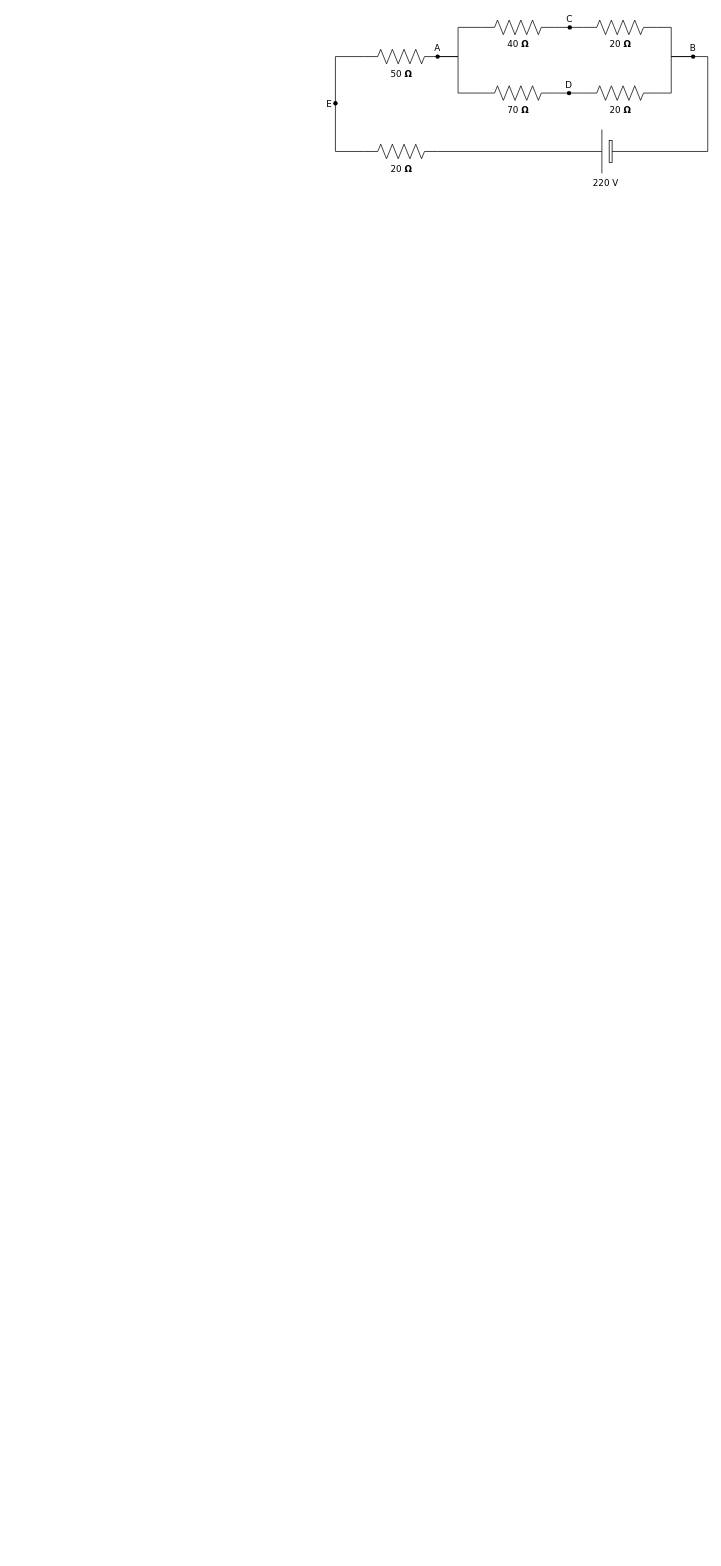
Above: Схема.drawio in isfomin/diagrams (draw.io), before the change. Source tidied: cells renumbered, new cells numbered last; positions are measured from the earlier drawing's top-left corner, leaving out a move shared by most shapes. Both pictures are drawn from the tidied source at 73%, with x=0, y=0 at pixel (320, 12).
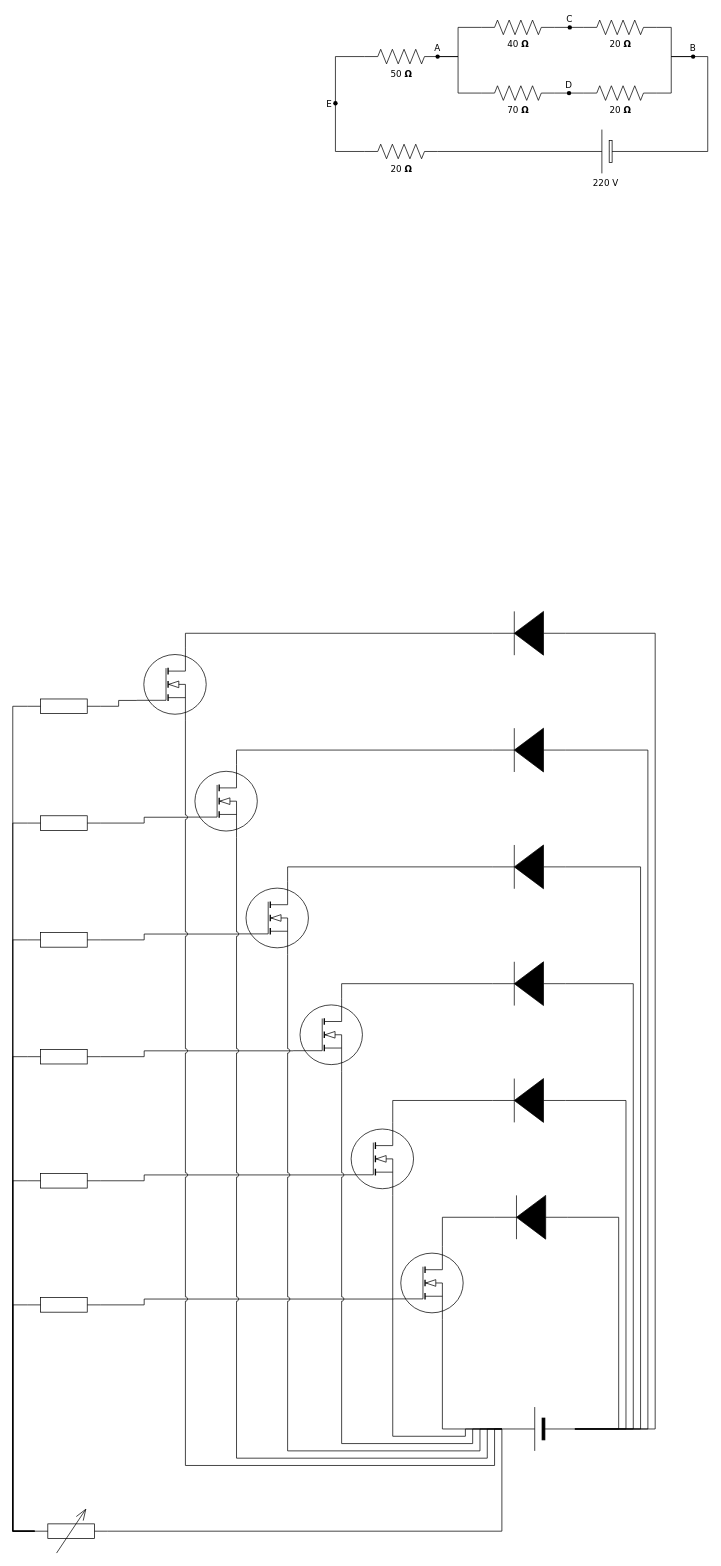
The same page after the edit.

Diff of the diagram source:
```diff
@@
+    <mxCell id="26" style="edgeStyle=orthogonalEdgeStyle;rounded=0;jettySize=auto;html=1;exitX=0;exitY=0.72;exitDx=0;exitDy=0;exitPerimeter=0;entryX=1;entryY=0.5;entryDx=0;entryDy=0;entryPerimeter=0;endArrow=none;endFill=0;" parent="1" edge="1" source="27" target="30">
+      <mxGeometry relative="1" as="geometry">
+        <Array as="points">
+          <mxPoint x="-242" y="1762" />
+          <mxPoint x="-242" y="1770" />
+        </Array>
+      </mxGeometry>
+    </mxCell>
+    <mxCell id="27" style="verticalLabelPosition=bottom;shadow=0;dashed=0;align=center;html=1;verticalAlign=top;shape=mxgraph.electrical.mosfets1.mosfet_ic_n;" parent="1" vertex="1">
+      <mxGeometry x="100" y="1690" width="95" height="100" as="geometry" />
+    </mxCell>
+    <mxCell id="28" style="edgeStyle=orthogonalEdgeStyle;rounded=0;jettySize=auto;html=1;exitX=1;exitY=0.5;exitDx=0;exitDy=0;exitPerimeter=0;entryX=0.7;entryY=0;entryDx=0;entryDy=0;entryPerimeter=0;endArrow=none;endFill=0;" parent="1" edge="1" source="29" target="27">
+      <mxGeometry relative="1" as="geometry" />
+    </mxCell>
+    <mxCell id="29" style="fillColor=strokeColor;verticalLabelPosition=bottom;shadow=0;dashed=0;align=center;html=1;verticalAlign=top;shape=mxgraph.electrical.diodes.diode;rotation=-180;" parent="1" vertex="1">
+      <mxGeometry x="238" y="1620" width="100" height="60" as="geometry" />
+    </mxCell>
+    <mxCell id="30" style="verticalLabelPosition=bottom;shadow=0;dashed=0;align=center;html=1;verticalAlign=top;shape=mxgraph.electrical.resistors.resistor_1;" parent="1" vertex="1">
+      <mxGeometry x="-402" y="1760" width="100" height="20" as="geometry" />
+    </mxCell>
+    <mxCell id="31" style="edgeStyle=orthogonalEdgeStyle;rounded=0;jettySize=auto;html=1;exitX=1;exitY=0.5;exitDx=0;exitDy=0;exitPerimeter=0;entryX=0.7;entryY=1;entryDx=0;entryDy=0;entryPerimeter=0;endArrow=none;endFill=0;" parent="1" edge="1" source="35" target="27">
+      <mxGeometry relative="1" as="geometry" />
+    </mxCell>
+    <mxCell id="32" style="edgeStyle=orthogonalEdgeStyle;rounded=0;jettySize=auto;html=1;exitX=0;exitY=0.5;exitDx=0;exitDy=0;exitPerimeter=0;entryX=0;entryY=0.5;entryDx=0;entryDy=0;entryPerimeter=0;endArrow=none;endFill=0;" parent="1" edge="1" source="35" target="29">
+      <mxGeometry relative="1" as="geometry">
+        <Array as="points">
+          <mxPoint x="408" y="1940" />
+          <mxPoint x="408" y="1650" />
+        </Array>
+      </mxGeometry>
+    </mxCell>
+    <mxCell id="33" style="edgeStyle=orthogonalEdgeStyle;rounded=0;jettySize=auto;html=1;exitX=1;exitY=0.5;exitDx=0;exitDy=0;exitPerimeter=0;entryX=0.7;entryY=1;entryDx=0;entryDy=0;entryPerimeter=0;endArrow=none;endFill=0;" parent="1" edge="1" source="35" target="37">
+      <mxGeometry relative="1" as="geometry">
+        <Array as="points">
+          <mxPoint x="198" y="1940" />
+          <mxPoint x="198" y="1950" />
+          <mxPoint x="99" y="1950" />
+        </Array>
+      </mxGeometry>
+    </mxCell>
+    <mxCell id="34" style="edgeStyle=orthogonalEdgeStyle;rounded=0;jettySize=auto;html=1;exitX=1;exitY=0.5;exitDx=0;exitDy=0;exitPerimeter=0;entryX=1;entryY=0.5;entryDx=0;entryDy=0;entryPerimeter=0;endArrow=none;endFill=0;" parent="1" edge="1" source="35" target="76">
+      <mxGeometry relative="1" as="geometry">
+        <Array as="points">
+          <mxPoint x="248" y="2080" />
+        </Array>
+      </mxGeometry>
+    </mxCell>
+    <mxCell id="35" style="verticalLabelPosition=bottom;shadow=0;dashed=0;align=center;fillColor=strokeColor;html=1;verticalAlign=top;strokeWidth=1;shape=mxgraph.electrical.miscellaneous.monocell_battery;rotation=-180;" parent="1" vertex="1">
+      <mxGeometry x="248" y="1910" width="100" height="60" as="geometry" />
+    </mxCell>
+    <mxCell id="36" style="edgeStyle=orthogonalEdgeStyle;rounded=0;jettySize=auto;html=1;exitX=0;exitY=0.72;exitDx=0;exitDy=0;exitPerimeter=0;entryX=1;entryY=0.5;entryDx=0;entryDy=0;entryPerimeter=0;endArrow=none;endFill=0;" parent="1" edge="1" source="37" target="41">
+      <mxGeometry relative="1" as="geometry">
+        <Array as="points">
+          <mxPoint x="-242" y="1592" />
+          <mxPoint x="-242" y="1600" />
+        </Array>
+      </mxGeometry>
+    </mxCell>
+    <mxCell id="37" style="verticalLabelPosition=bottom;shadow=0;dashed=0;align=center;html=1;verticalAlign=top;shape=mxgraph.electrical.mosfets1.mosfet_ic_n;" parent="1" vertex="1">
+      <mxGeometry x="32" y="1520" width="95" height="100" as="geometry" />
+    </mxCell>
+    <mxCell id="38" style="edgeStyle=orthogonalEdgeStyle;rounded=0;jettySize=auto;html=1;exitX=1;exitY=0.5;exitDx=0;exitDy=0;exitPerimeter=0;entryX=0.7;entryY=0;entryDx=0;entryDy=0;entryPerimeter=0;endArrow=none;endFill=0;" parent="1" edge="1" source="40" target="37">
+      <mxGeometry relative="1" as="geometry" />
+    </mxCell>
+    <mxCell id="39" style="edgeStyle=orthogonalEdgeStyle;rounded=0;jettySize=auto;html=1;exitX=0;exitY=0.5;exitDx=0;exitDy=0;exitPerimeter=0;entryX=0;entryY=0.5;entryDx=0;entryDy=0;entryPerimeter=0;endArrow=none;endFill=0;" parent="1" edge="1" source="40" target="35">
+      <mxGeometry relative="1" as="geometry">
+        <Array as="points">
+          <mxPoint x="418" y="1490" />
+          <mxPoint x="418" y="1940" />
+        </Array>
+      </mxGeometry>
+    </mxCell>
+    <mxCell id="40" style="fillColor=strokeColor;verticalLabelPosition=bottom;shadow=0;dashed=0;align=center;html=1;verticalAlign=top;shape=mxgraph.electrical.diodes.diode;rotation=-180;" parent="1" vertex="1">
+      <mxGeometry x="235" y="1460" width="100" height="60" as="geometry" />
+    </mxCell>
+    <mxCell id="41" style="verticalLabelPosition=bottom;shadow=0;dashed=0;align=center;html=1;verticalAlign=top;shape=mxgraph.electrical.resistors.resistor_1;" parent="1" vertex="1">
+      <mxGeometry x="-402" y="1590" width="100" height="20" as="geometry" />
+    </mxCell>
+    <mxCell id="42" style="edgeStyle=orthogonalEdgeStyle;rounded=0;jettySize=auto;html=1;exitX=0;exitY=0.72;exitDx=0;exitDy=0;exitPerimeter=0;entryX=1;entryY=0.5;entryDx=0;entryDy=0;entryPerimeter=0;endArrow=none;endFill=0;" parent="1" edge="1" source="43" target="47">
+      <mxGeometry relative="1" as="geometry">
+        <Array as="points">
+          <mxPoint x="-242" y="1422" />
+          <mxPoint x="-242" y="1430" />
+        </Array>
+      </mxGeometry>
+    </mxCell>
+    <mxCell id="43" style="verticalLabelPosition=bottom;shadow=0;dashed=0;align=center;html=1;verticalAlign=top;shape=mxgraph.electrical.mosfets1.mosfet_ic_n;" parent="1" vertex="1">
+      <mxGeometry x="-38" y="1350" width="95" height="100" as="geometry" />
+    </mxCell>
+    <mxCell id="44" style="edgeStyle=orthogonalEdgeStyle;rounded=0;jettySize=auto;html=1;exitX=1;exitY=0.5;exitDx=0;exitDy=0;exitPerimeter=0;entryX=0.7;entryY=0;entryDx=0;entryDy=0;entryPerimeter=0;endArrow=none;endFill=0;" parent="1" edge="1" source="46" target="43">
+      <mxGeometry relative="1" as="geometry" />
+    </mxCell>
+    <mxCell id="45" style="edgeStyle=orthogonalEdgeStyle;rounded=0;jettySize=auto;html=1;exitX=0;exitY=0.5;exitDx=0;exitDy=0;exitPerimeter=0;entryX=0;entryY=0.5;entryDx=0;entryDy=0;entryPerimeter=0;endArrow=none;endFill=0;" parent="1" edge="1" source="46" target="35">
+      <mxGeometry relative="1" as="geometry">
+        <Array as="points">
+          <mxPoint x="428" y="1330" />
+          <mxPoint x="428" y="1940" />
+        </Array>
+      </mxGeometry>
+    </mxCell>
+    <mxCell id="46" style="fillColor=strokeColor;verticalLabelPosition=bottom;shadow=0;dashed=0;align=center;html=1;verticalAlign=top;shape=mxgraph.electrical.diodes.diode;rotation=-180;" parent="1" vertex="1">
+      <mxGeometry x="235" y="1300" width="100" height="60" as="geometry" />
+    </mxCell>
+    <mxCell id="47" style="verticalLabelPosition=bottom;shadow=0;dashed=0;align=center;html=1;verticalAlign=top;shape=mxgraph.electrical.resistors.resistor_1;" parent="1" vertex="1">
+      <mxGeometry x="-402" y="1420" width="100" height="20" as="geometry" />
+    </mxCell>
+    <mxCell id="48" style="edgeStyle=orthogonalEdgeStyle;rounded=0;jettySize=auto;html=1;exitX=1;exitY=0.5;exitDx=0;exitDy=0;exitPerimeter=0;entryX=0.7;entryY=1;entryDx=0;entryDy=0;entryPerimeter=0;endArrow=none;endFill=0;jumpStyle=arc;" parent="1" edge="1" source="35" target="43">
+      <mxGeometry relative="1" as="geometry">
+        <Array as="points">
+          <mxPoint x="208" y="1940" />
+          <mxPoint x="208" y="1960" />
+          <mxPoint x="29" y="1960" />
+        </Array>
+      </mxGeometry>
+    </mxCell>
+    <mxCell id="49" style="edgeStyle=orthogonalEdgeStyle;rounded=0;jettySize=auto;html=1;exitX=0;exitY=0.72;exitDx=0;exitDy=0;exitPerimeter=0;entryX=1;entryY=0.5;entryDx=0;entryDy=0;entryPerimeter=0;endArrow=none;endFill=0;" parent="1" edge="1" source="50" target="54">
+      <mxGeometry relative="1" as="geometry">
+        <Array as="points">
+          <mxPoint x="-242" y="1262" />
+          <mxPoint x="-242" y="1270" />
+        </Array>
+      </mxGeometry>
+    </mxCell>
+    <mxCell id="50" style="verticalLabelPosition=bottom;shadow=0;dashed=0;align=center;html=1;verticalAlign=top;shape=mxgraph.electrical.mosfets1.mosfet_ic_n;" parent="1" vertex="1">
+      <mxGeometry x="-112" y="1190" width="95" height="100" as="geometry" />
+    </mxCell>
+    <mxCell id="51" style="edgeStyle=orthogonalEdgeStyle;rounded=0;jettySize=auto;html=1;exitX=1;exitY=0.5;exitDx=0;exitDy=0;exitPerimeter=0;entryX=0.7;entryY=0;entryDx=0;entryDy=0;entryPerimeter=0;endArrow=none;endFill=0;" parent="1" edge="1" source="53" target="50">
+      <mxGeometry relative="1" as="geometry" />
+    </mxCell>
+    <mxCell id="52" style="edgeStyle=orthogonalEdgeStyle;rounded=0;jettySize=auto;html=1;exitX=0;exitY=0.5;exitDx=0;exitDy=0;exitPerimeter=0;entryX=0;entryY=0.5;entryDx=0;entryDy=0;entryPerimeter=0;endArrow=none;endFill=0;" parent="1" edge="1" source="53" target="35">
+      <mxGeometry relative="1" as="geometry">
+        <Array as="points">
+          <mxPoint x="438" y="1170" />
+          <mxPoint x="438" y="1940" />
+        </Array>
+      </mxGeometry>
+    </mxCell>
+    <mxCell id="53" style="fillColor=strokeColor;verticalLabelPosition=bottom;shadow=0;dashed=0;align=center;html=1;verticalAlign=top;shape=mxgraph.electrical.diodes.diode;rotation=-180;" parent="1" vertex="1">
+      <mxGeometry x="235" y="1140" width="100" height="60" as="geometry" />
+    </mxCell>
+    <mxCell id="54" style="verticalLabelPosition=bottom;shadow=0;dashed=0;align=center;html=1;verticalAlign=top;shape=mxgraph.electrical.resistors.resistor_1;" parent="1" vertex="1">
+      <mxGeometry x="-402" y="1260" width="100" height="20" as="geometry" />
+    </mxCell>
+    <mxCell id="55" style="edgeStyle=orthogonalEdgeStyle;rounded=0;jettySize=auto;html=1;exitX=1;exitY=0.5;exitDx=0;exitDy=0;exitPerimeter=0;entryX=0.7;entryY=1;entryDx=0;entryDy=0;entryPerimeter=0;endArrow=none;endFill=0;jumpStyle=arc;" parent="1" edge="1" target="50">
+      <mxGeometry relative="1" as="geometry">
+        <mxPoint x="248" y="1940" as="sourcePoint" />
+        <Array as="points">
+          <mxPoint x="218" y="1940" />
+          <mxPoint x="218" y="1970" />
+          <mxPoint x="-45" y="1970" />
+        </Array>
+      </mxGeometry>
+    </mxCell>
+    <mxCell id="56" style="edgeStyle=orthogonalEdgeStyle;rounded=0;jettySize=auto;html=1;exitX=0;exitY=0.72;exitDx=0;exitDy=0;exitPerimeter=0;entryX=1;entryY=0.5;entryDx=0;entryDy=0;entryPerimeter=0;endArrow=none;endFill=0;" parent="1" edge="1" source="57" target="61">
+      <mxGeometry relative="1" as="geometry" />
+    </mxCell>
+    <mxCell id="57" style="verticalLabelPosition=bottom;shadow=0;dashed=0;align=center;html=1;verticalAlign=top;shape=mxgraph.electrical.mosfets1.mosfet_ic_n;" parent="1" vertex="1">
+      <mxGeometry x="-182" y="1030" width="95" height="100" as="geometry" />
+    </mxCell>
+    <mxCell id="58" style="edgeStyle=orthogonalEdgeStyle;rounded=0;jettySize=auto;html=1;exitX=1;exitY=0.5;exitDx=0;exitDy=0;exitPerimeter=0;entryX=0.7;entryY=0;entryDx=0;entryDy=0;entryPerimeter=0;endArrow=none;endFill=0;" parent="1" edge="1" source="60" target="57">
+      <mxGeometry relative="1" as="geometry" />
+    </mxCell>
+    <mxCell id="59" style="edgeStyle=orthogonalEdgeStyle;rounded=0;jettySize=auto;html=1;exitX=0;exitY=0.5;exitDx=0;exitDy=0;exitPerimeter=0;entryX=0;entryY=0.5;entryDx=0;entryDy=0;entryPerimeter=0;endArrow=none;endFill=0;" parent="1" edge="1" source="60" target="35">
+      <mxGeometry relative="1" as="geometry">
+        <Array as="points">
+          <mxPoint x="448" y="1010" />
+          <mxPoint x="448" y="1940" />
+        </Array>
+      </mxGeometry>
+    </mxCell>
+    <mxCell id="60" style="fillColor=strokeColor;verticalLabelPosition=bottom;shadow=0;dashed=0;align=center;html=1;verticalAlign=top;shape=mxgraph.electrical.diodes.diode;rotation=-180;" parent="1" vertex="1">
+      <mxGeometry x="235" y="980" width="100" height="60" as="geometry" />
+    </mxCell>
+    <mxCell id="61" style="verticalLabelPosition=bottom;shadow=0;dashed=0;align=center;html=1;verticalAlign=top;shape=mxgraph.electrical.resistors.resistor_1;" parent="1" vertex="1">
+      <mxGeometry x="-402" y="1100" width="100" height="20" as="geometry" />
+    </mxCell>
+    <mxCell id="62" style="edgeStyle=orthogonalEdgeStyle;rounded=0;jettySize=auto;html=1;exitX=1;exitY=0.5;exitDx=0;exitDy=0;exitPerimeter=0;entryX=0.7;entryY=1;entryDx=0;entryDy=0;entryPerimeter=0;endArrow=none;endFill=0;jumpStyle=arc;" parent="1" edge="1" source="35" target="57">
+      <mxGeometry relative="1" as="geometry">
+        <Array as="points">
+          <mxPoint x="228" y="1940" />
+          <mxPoint x="228" y="1980" />
+          <mxPoint x="-115" y="1980" />
+        </Array>
+      </mxGeometry>
+    </mxCell>
+    <mxCell id="63" style="edgeStyle=orthogonalEdgeStyle;rounded=0;jettySize=auto;html=1;exitX=0;exitY=0.72;exitDx=0;exitDy=0;exitPerimeter=0;entryX=1;entryY=0.5;entryDx=0;entryDy=0;entryPerimeter=0;endArrow=none;endFill=0;" parent="1" edge="1" source="64" target="68">
+      <mxGeometry relative="1" as="geometry" />
+    </mxCell>
+    <mxCell id="64" style="verticalLabelPosition=bottom;shadow=0;dashed=0;align=center;html=1;verticalAlign=top;shape=mxgraph.electrical.mosfets1.mosfet_ic_n;" parent="1" vertex="1">
+      <mxGeometry x="-252" y="870" width="95" height="100" as="geometry" />
+    </mxCell>
+    <mxCell id="65" style="edgeStyle=orthogonalEdgeStyle;rounded=0;jettySize=auto;html=1;exitX=1;exitY=0.5;exitDx=0;exitDy=0;exitPerimeter=0;entryX=0.7;entryY=0;entryDx=0;entryDy=0;entryPerimeter=0;endArrow=none;endFill=0;" parent="1" edge="1" source="67" target="64">
+      <mxGeometry relative="1" as="geometry" />
+    </mxCell>
+    <mxCell id="66" style="edgeStyle=orthogonalEdgeStyle;rounded=0;jettySize=auto;html=1;exitX=0;exitY=0.5;exitDx=0;exitDy=0;exitPerimeter=0;entryX=0;entryY=0.5;entryDx=0;entryDy=0;entryPerimeter=0;endArrow=none;endFill=0;" parent="1" edge="1" source="67" target="35">
+      <mxGeometry relative="1" as="geometry">
+        <Array as="points">
+          <mxPoint x="458" y="850" />
+          <mxPoint x="458" y="1940" />
+        </Array>
+      </mxGeometry>
+    </mxCell>
+    <mxCell id="67" style="fillColor=strokeColor;verticalLabelPosition=bottom;shadow=0;dashed=0;align=center;html=1;verticalAlign=top;shape=mxgraph.electrical.diodes.diode;rotation=-180;" parent="1" vertex="1">
+      <mxGeometry x="235" y="820" width="100" height="60" as="geometry" />
+    </mxCell>
+    <mxCell id="68" style="verticalLabelPosition=bottom;shadow=0;dashed=0;align=center;html=1;verticalAlign=top;shape=mxgraph.electrical.resistors.resistor_1;" parent="1" vertex="1">
+      <mxGeometry x="-402" y="940" width="100" height="20" as="geometry" />
+    </mxCell>
+    <mxCell id="69" style="edgeStyle=orthogonalEdgeStyle;rounded=0;jettySize=auto;html=1;exitX=1;exitY=0.5;exitDx=0;exitDy=0;exitPerimeter=0;entryX=0.7;entryY=1;entryDx=0;entryDy=0;entryPerimeter=0;endArrow=none;endFill=0;jumpStyle=arc;" parent="1" edge="1" source="35" target="64">
+      <mxGeometry relative="1" as="geometry">
+        <Array as="points">
+          <mxPoint x="238" y="1940" />
+          <mxPoint x="238" y="1990" />
+          <mxPoint x="-185" y="1990" />
+        </Array>
+      </mxGeometry>
+    </mxCell>
+    <mxCell id="70" style="edgeStyle=orthogonalEdgeStyle;rounded=0;jettySize=auto;html=1;exitX=0;exitY=0.5;exitDx=0;exitDy=0;exitPerimeter=0;entryX=0;entryY=0.5;entryDx=0;entryDy=0;entryPerimeter=0;endArrow=none;endFill=0;" parent="1" edge="1" source="76" target="30">
+      <mxGeometry relative="1" as="geometry" />
+    </mxCell>
+    <mxCell id="71" style="edgeStyle=orthogonalEdgeStyle;rounded=0;jettySize=auto;html=1;exitX=0;exitY=0.5;exitDx=0;exitDy=0;exitPerimeter=0;entryX=0;entryY=0.5;entryDx=0;entryDy=0;entryPerimeter=0;endArrow=none;endFill=0;" parent="1" edge="1" source="76" target="41">
+      <mxGeometry relative="1" as="geometry" />
+    </mxCell>
+    <mxCell id="72" style="edgeStyle=orthogonalEdgeStyle;rounded=0;jettySize=auto;html=1;exitX=0;exitY=0.5;exitDx=0;exitDy=0;exitPerimeter=0;entryX=0;entryY=0.5;entryDx=0;entryDy=0;entryPerimeter=0;endArrow=none;endFill=0;" parent="1" edge="1" source="76" target="47">
+      <mxGeometry relative="1" as="geometry" />
+    </mxCell>
+    <mxCell id="73" style="edgeStyle=orthogonalEdgeStyle;rounded=0;jettySize=auto;html=1;exitX=0;exitY=0.5;exitDx=0;exitDy=0;exitPerimeter=0;entryX=0;entryY=0.5;entryDx=0;entryDy=0;entryPerimeter=0;endArrow=none;endFill=0;" parent="1" edge="1" source="76" target="54">
+      <mxGeometry relative="1" as="geometry" />
+    </mxCell>
+    <mxCell id="74" style="edgeStyle=orthogonalEdgeStyle;rounded=0;jettySize=auto;html=1;exitX=0;exitY=0.5;exitDx=0;exitDy=0;exitPerimeter=0;entryX=0;entryY=0.5;entryDx=0;entryDy=0;entryPerimeter=0;endArrow=none;endFill=0;" parent="1" edge="1" source="76" target="61">
+      <mxGeometry relative="1" as="geometry" />
+    </mxCell>
+    <mxCell id="75" style="edgeStyle=orthogonalEdgeStyle;rounded=0;jettySize=auto;html=1;exitX=0;exitY=0.5;exitDx=0;exitDy=0;exitPerimeter=0;entryX=0;entryY=0.5;entryDx=0;entryDy=0;entryPerimeter=0;endArrow=none;endFill=0;" parent="1" edge="1" source="76" target="68">
+      <mxGeometry relative="1" as="geometry" />
+    </mxCell>
+    <mxCell id="76" style="verticalLabelPosition=bottom;shadow=0;dashed=0;align=center;html=1;verticalAlign=top;shape=mxgraph.electrical.resistors.variable_resistor_1;" parent="1" vertex="1">
+      <mxGeometry x="-392" y="2050" width="100" height="60" as="geometry" />
+    </mxCell>
```
